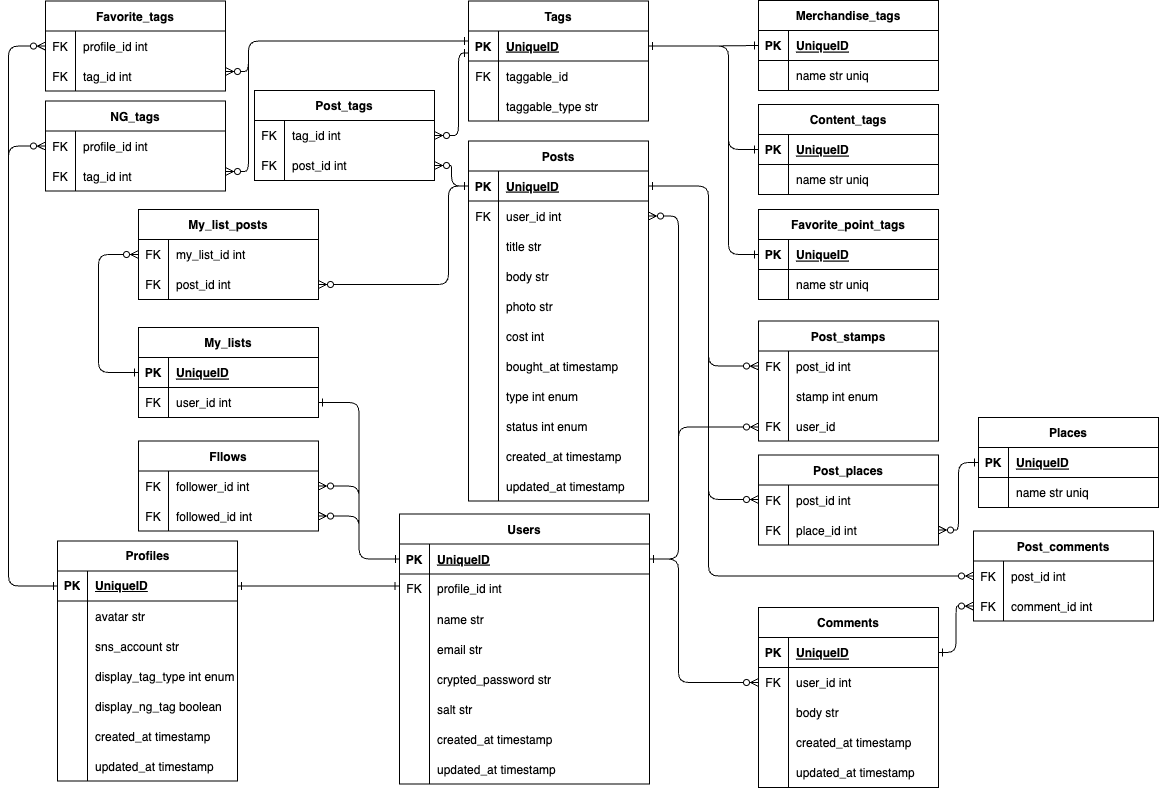
yaJI02/OshiGoodsGallery keeps this draw.io diagram as ERD.drawio.png. Above is the earlier version. Source tidied: cells renumbered, new cells last; positions are measured from the earlier drawing's top-left corner, leaving out a move shared by most shapes.
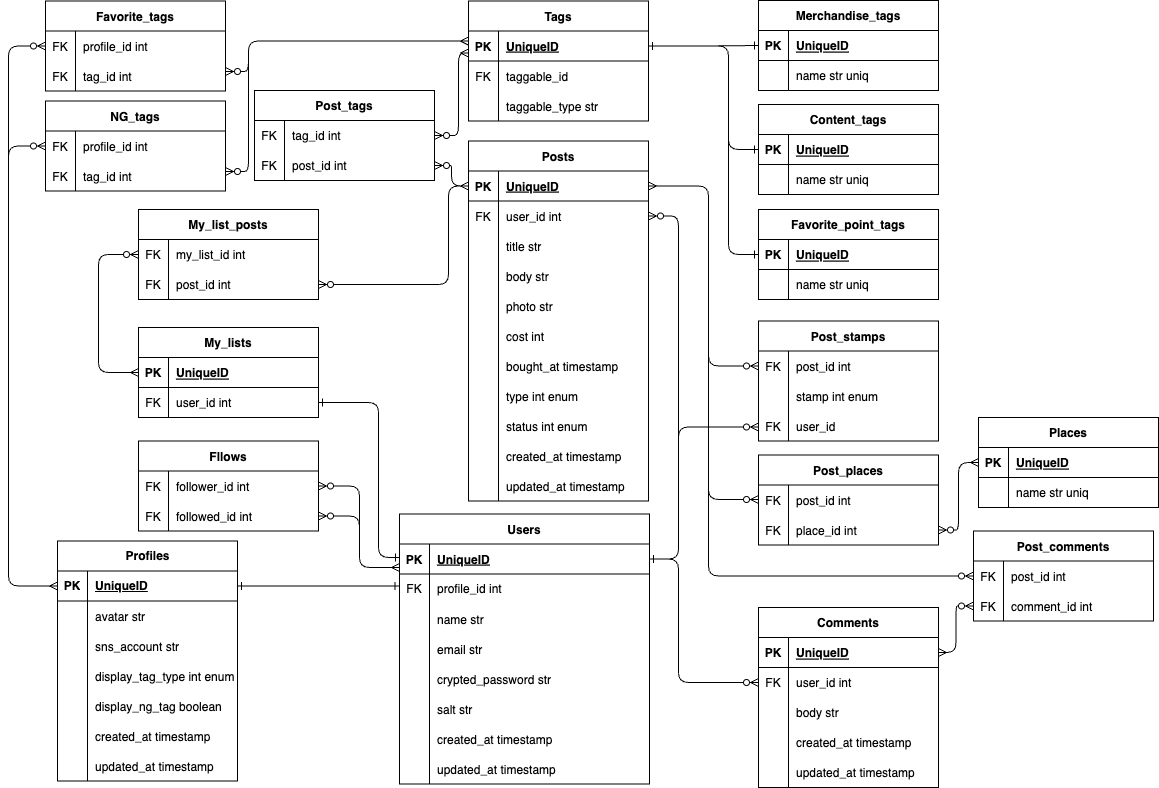
The same file after the commit.

Change to the diagram source:
```diff
@@ -215,7 +215,7 @@
     <mxCell id="72" value="taggable_type str" style="shape=partialRectangle;fillColor=none;top=0;left=0;bottom=0;right=0;align=left;spacingLeft=6;overflow=hidden;" parent="70" vertex="1">
       <mxGeometry x="30" width="150" height="30" as="geometry" />
     </mxCell>
-    <mxCell id="73" style="edgeStyle=orthogonalEdgeStyle;fontSize=12;html=1;endArrow=ERzeroToMany;endFill=0;startArrow=ERone;startFill=0;" parent="1" edge="1" target="53">
+    <mxCell id="73" style="edgeStyle=orthogonalEdgeStyle;fontSize=12;html=1;endArrow=ERzeroToMany;endFill=0;startArrow=ERmany;startFill=0;" parent="1" edge="1" target="53">
       <mxGeometry relative="1" as="geometry">
         <mxPoint x="460" y="40.5" as="sourcePoint" />
         <Array as="points">
@@ -224,7 +224,7 @@
         </Array>
       </mxGeometry>
     </mxCell>
-    <mxCell id="74" style="edgeStyle=orthogonalEdgeStyle;fontSize=12;html=1;endArrow=ERzeroToMany;endFill=0;startArrow=ERone;startFill=0;" parent="1" edge="1" target="60">
+    <mxCell id="74" style="edgeStyle=orthogonalEdgeStyle;fontSize=12;html=1;endArrow=ERzeroToMany;endFill=0;startArrow=ERmany;startFill=0;" parent="1" edge="1" target="60">
       <mxGeometry relative="1" as="geometry">
         <mxPoint x="460" y="40.5" as="sourcePoint" />
         <Array as="points">
@@ -233,7 +233,7 @@
         </Array>
       </mxGeometry>
     </mxCell>
-    <mxCell id="75" style="endArrow=ERone;html=1;exitX=0;exitY=0.5;exitDx=0;exitDy=0;entryX=0;entryY=0.5;entryDx=0;entryDy=0;rounded=1;strokeColor=default;edgeStyle=orthogonalEdgeStyle;startArrow=ERzeroToMany;startFill=0;endFill=0;" parent="1" edge="1" source="57" target="28">
+    <mxCell id="75" style="endArrow=ERmany;html=1;exitX=0;exitY=0.5;exitDx=0;exitDy=0;entryX=0;entryY=0.5;entryDx=0;entryDy=0;rounded=1;strokeColor=default;edgeStyle=orthogonalEdgeStyle;startArrow=ERzeroToMany;startFill=0;endFill=0;" parent="1" edge="1" source="57" target="28">
       <mxGeometry relative="1" as="geometry">
         <Array as="points">
           <mxPoint y="146" />
@@ -241,7 +241,7 @@
         </Array>
       </mxGeometry>
     </mxCell>
-    <mxCell id="76" style="endArrow=ERone;html=1;rounded=1;strokeColor=default;edgeStyle=orthogonalEdgeStyle;startArrow=ERzeroToMany;startFill=0;endFill=0;entryX=0;entryY=0.5;entryDx=0;entryDy=0;" parent="1" edge="1" source="50" target="28">
+    <mxCell id="76" style="endArrow=ERmany;html=1;rounded=1;strokeColor=default;edgeStyle=orthogonalEdgeStyle;startArrow=ERzeroToMany;startFill=0;endFill=0;entryX=0;entryY=0.5;entryDx=0;entryDy=0;" parent="1" edge="1" source="50" target="28">
       <mxGeometry relative="1" as="geometry">
         <Array as="points">
           <mxPoint y="46" />
@@ -355,7 +355,7 @@
     <mxCell id="108" value="post_id int" style="shape=partialRectangle;fillColor=none;top=0;left=0;bottom=0;right=0;align=left;spacingLeft=6;fontStyle=0;overflow=hidden;" parent="106" vertex="1">
       <mxGeometry x="30" width="150" height="30" as="geometry" />
     </mxCell>
-    <mxCell id="109" style="edgeStyle=orthogonalEdgeStyle;fontSize=12;html=1;endArrow=ERzeroToMany;endFill=0;rounded=1;strokeColor=default;startArrow=ERone;startFill=0;exitX=0;exitY=0.5;exitDx=0;exitDy=0;" parent="1" edge="1" target="103">
+    <mxCell id="109" style="edgeStyle=orthogonalEdgeStyle;fontSize=12;html=1;endArrow=ERzeroToMany;endFill=0;rounded=1;strokeColor=default;startArrow=ERmany;startFill=0;exitX=0;exitY=0.5;exitDx=0;exitDy=0;" parent="1" edge="1" target="103">
       <mxGeometry relative="1" as="geometry">
         <mxPoint x="460" y="52.5" as="sourcePoint" />
         <Array as="points">
@@ -546,10 +546,10 @@
     <mxCell id="168" value="updated_at timestamp" style="shape=partialRectangle;fillColor=none;top=0;left=0;bottom=0;right=0;align=left;spacingLeft=6;overflow=hidden;" parent="166" vertex="1">
       <mxGeometry x="30" width="150" height="30" as="geometry" />
     </mxCell>
-    <mxCell id="169" style="edgeStyle=orthogonalEdgeStyle;fontSize=12;html=1;endArrow=ERzeroToMany;endFill=0;rounded=1;strokeColor=default;startArrow=ERone;startFill=0;entryX=1;entryY=0.5;entryDx=0;entryDy=0;" parent="1" edge="1" source="136" target="106">
+    <mxCell id="169" style="edgeStyle=orthogonalEdgeStyle;fontSize=12;html=1;endArrow=ERzeroToMany;endFill=0;rounded=1;strokeColor=default;startArrow=ERmany;startFill=0;entryX=1;entryY=0.5;entryDx=0;entryDy=0;" parent="1" edge="1" source="136" target="106">
       <mxGeometry relative="1" as="geometry" />
     </mxCell>
-    <mxCell id="170" style="edgeStyle=orthogonalEdgeStyle;fontSize=12;html=1;endArrow=ERzeroToMany;rounded=1;strokeColor=default;endFill=0;startArrow=ERone;startFill=0;entryX=0;entryY=0.5;entryDx=0;entryDy=0;" parent="1" edge="1" source="136" target="126">
+    <mxCell id="170" style="edgeStyle=orthogonalEdgeStyle;fontSize=12;html=1;endArrow=ERzeroToMany;rounded=1;strokeColor=default;endFill=0;startArrow=ERmany;startFill=0;entryX=0;entryY=0.5;entryDx=0;entryDy=0;" parent="1" edge="1" source="136" target="126">
       <mxGeometry relative="1" as="geometry">
         <Array as="points">
           <mxPoint x="700" y="185" />
@@ -557,7 +557,7 @@
         </Array>
       </mxGeometry>
     </mxCell>
-    <mxCell id="171" style="edgeStyle=orthogonalEdgeStyle;fontSize=12;html=1;endArrow=ERzeroToMany;rounded=1;strokeColor=default;endFill=0;startArrow=ERone;startFill=0;" parent="1" edge="1" source="136" target="119">
+    <mxCell id="171" style="edgeStyle=orthogonalEdgeStyle;fontSize=12;html=1;endArrow=ERzeroToMany;rounded=1;strokeColor=default;endFill=0;startArrow=ERmany;startFill=0;" parent="1" edge="1" source="136" target="119">
       <mxGeometry relative="1" as="geometry">
         <Array as="points">
           <mxPoint x="700" y="185" />
@@ -565,7 +565,7 @@
         </Array>
       </mxGeometry>
     </mxCell>
-    <mxCell id="172" style="edgeStyle=orthogonalEdgeStyle;fontSize=12;html=1;endArrow=ERzeroToMany;rounded=1;strokeColor=default;endFill=0;startArrow=ERone;startFill=0;" parent="1" edge="1" source="111" target="122">
+    <mxCell id="172" style="edgeStyle=orthogonalEdgeStyle;fontSize=12;html=1;endArrow=ERzeroToMany;rounded=1;strokeColor=default;endFill=0;startArrow=ERmany;startFill=0;" parent="1" edge="1" source="111" target="122">
       <mxGeometry relative="1" as="geometry" />
     </mxCell>
     <mxCell id="173" value="Comments" style="shape=table;startSize=30;rowLines=0;fontStyle=1;align=center;" parent="1" vertex="1">
@@ -637,7 +637,7 @@
     <mxCell id="195" value="comment_id int" style="shape=partialRectangle;fillColor=none;top=0;left=0;bottom=0;right=0;align=left;spacingLeft=6;overflow=hidden;" parent="193" vertex="1">
       <mxGeometry x="30" width="150" height="30" as="geometry" />
     </mxCell>
-    <mxCell id="196" style="edgeStyle=orthogonalEdgeStyle;fontSize=12;html=1;endArrow=ERzeroToMany;rounded=1;strokeColor=default;endFill=0;startArrow=ERone;startFill=0;entryX=0;entryY=0.5;entryDx=0;entryDy=0;" parent="1" edge="1" source="136" target="190">
+    <mxCell id="196" style="edgeStyle=orthogonalEdgeStyle;fontSize=12;html=1;endArrow=ERzeroToMany;rounded=1;strokeColor=default;endFill=0;startArrow=ERmany;startFill=0;entryX=0;entryY=0.5;entryDx=0;entryDy=0;" parent="1" edge="1" source="136" target="190">
       <mxGeometry relative="1" as="geometry">
         <Array as="points">
           <mxPoint x="700" y="185" />
@@ -645,7 +645,7 @@
         </Array>
       </mxGeometry>
     </mxCell>
-    <mxCell id="197" style="edgeStyle=orthogonalEdgeStyle;fontSize=12;html=1;endArrow=ERzeroToMany;rounded=1;strokeColor=default;endFill=0;startArrow=ERone;startFill=0;exitX=1;exitY=0.5;exitDx=0;exitDy=0;" parent="1" edge="1" source="174" target="193">
+    <mxCell id="197" style="edgeStyle=orthogonalEdgeStyle;fontSize=12;html=1;endArrow=ERzeroToMany;rounded=1;strokeColor=default;endFill=0;startArrow=ERmany;startFill=0;exitX=1;exitY=0.5;exitDx=0;exitDy=0;" parent="1" edge="1" source="174" target="193">
       <mxGeometry relative="1" as="geometry" />
     </mxCell>
     <mxCell id="198" style="edgeStyle=orthogonalEdgeStyle;fontSize=12;html=1;endArrow=ERzeroToMany;rounded=1;strokeColor=default;endFill=0;startArrow=ERone;startFill=0;" parent="1" edge="1" source="3" target="177">
@@ -685,11 +685,21 @@
     <mxCell id="206" value="followed_id int" style="shape=partialRectangle;fillColor=none;top=0;left=0;bottom=0;right=0;align=left;spacingLeft=6;fontStyle=0;overflow=hidden;" parent="204" vertex="1">
       <mxGeometry x="30" width="150" height="30" as="geometry" />
     </mxCell>
-    <mxCell id="207" style="edgeStyle=orthogonalEdgeStyle;fontSize=12;html=1;endArrow=ERone;endFill=1;rounded=1;strokeColor=default;exitX=1;exitY=0.5;exitDx=0;exitDy=0;startArrow=ERzeroToMany;startFill=0;" parent="1" edge="1" source="201" target="3">
-      <mxGeometry relative="1" as="geometry" />
+    <mxCell id="207" style="edgeStyle=orthogonalEdgeStyle;fontSize=12;html=1;endArrow=ERmany;endFill=0;rounded=1;strokeColor=default;exitX=1;exitY=0.5;exitDx=0;exitDy=0;startArrow=ERzeroToMany;startFill=0;" parent="1" edge="1" source="201" target="3">
+      <mxGeometry relative="1" as="geometry">
+        <Array as="points">
+          <mxPoint x="351" y="485" />
+          <mxPoint x="351" y="567" />
+        </Array>
+      </mxGeometry>
     </mxCell>
-    <mxCell id="208" style="edgeStyle=orthogonalEdgeStyle;fontSize=12;html=1;endArrow=ERone;endFill=1;rounded=1;strokeColor=default;startArrow=ERzeroToMany;startFill=0;" parent="1" edge="1" source="204" target="3">
-      <mxGeometry relative="1" as="geometry" />
+    <mxCell id="208" style="edgeStyle=orthogonalEdgeStyle;fontSize=12;html=1;endArrow=ERmany;endFill=0;rounded=1;strokeColor=default;startArrow=ERzeroToMany;startFill=0;" parent="1" edge="1" source="204" target="3">
+      <mxGeometry relative="1" as="geometry">
+        <Array as="points">
+          <mxPoint x="351" y="515" />
+          <mxPoint x="351" y="567" />
+        </Array>
+      </mxGeometry>
     </mxCell>
     <mxCell id="209" value="My_lists" style="shape=table;startSize=30;rowLines=0;fontStyle=1;align=center;" parent="1" vertex="1">
       <mxGeometry x="130" y="327" width="180" height="90" as="geometry" />
@@ -733,7 +743,7 @@
     <mxCell id="222" value="post_id int" style="shape=partialRectangle;fillColor=none;top=0;left=0;bottom=0;right=0;align=left;spacingLeft=6;overflow=hidden;" parent="220" vertex="1">
       <mxGeometry x="30" width="150" height="30" as="geometry" />
     </mxCell>
-    <mxCell id="223" style="edgeStyle=orthogonalEdgeStyle;fontSize=12;html=1;endArrow=ERzeroToMany;endFill=0;rounded=1;strokeColor=default;startArrow=ERone;startFill=0;" parent="1" edge="1" source="136" target="220">
+    <mxCell id="223" style="edgeStyle=orthogonalEdgeStyle;fontSize=12;html=1;endArrow=ERzeroToMany;endFill=0;rounded=1;strokeColor=default;startArrow=ERmany;startFill=0;" parent="1" edge="1" source="136" target="220">
       <mxGeometry relative="1" as="geometry">
         <Array as="points">
           <mxPoint x="440" y="185" />
@@ -741,7 +751,7 @@
         </Array>
       </mxGeometry>
     </mxCell>
-    <mxCell id="224" style="endArrow=ERone;html=1;exitX=0;exitY=0.5;exitDx=0;exitDy=0;entryX=0;entryY=0.5;entryDx=0;entryDy=0;rounded=1;strokeColor=default;edgeStyle=orthogonalEdgeStyle;startArrow=ERzeroToMany;startFill=0;endFill=0;" parent="1" edge="1" source="217" target="210">
+    <mxCell id="224" style="endArrow=ERmany;html=1;exitX=0;exitY=0.5;exitDx=0;exitDy=0;entryX=0;entryY=0.5;entryDx=0;entryDy=0;rounded=1;strokeColor=default;edgeStyle=orthogonalEdgeStyle;startArrow=ERzeroToMany;startFill=0;endFill=0;" parent="1" edge="1" source="217" target="210">
       <mxGeometry relative="1" as="geometry">
         <Array as="points">
           <mxPoint x="90" y="254" />
@@ -750,7 +760,12 @@
       </mxGeometry>
     </mxCell>
     <mxCell id="225" style="edgeStyle=orthogonalEdgeStyle;fontSize=12;html=1;endArrow=ERone;endFill=1;rounded=1;strokeColor=default;startArrow=ERone;startFill=0;exitX=1;exitY=0.5;exitDx=0;exitDy=0;" parent="1" edge="1" source="213" target="3">
-      <mxGeometry relative="1" as="geometry" />
+      <mxGeometry relative="1" as="geometry">
+        <Array as="points">
+          <mxPoint x="370" y="402" />
+          <mxPoint x="370" y="557" />
+        </Array>
+      </mxGeometry>
     </mxCell>
   </root>
 </mxGraphModel>
```
